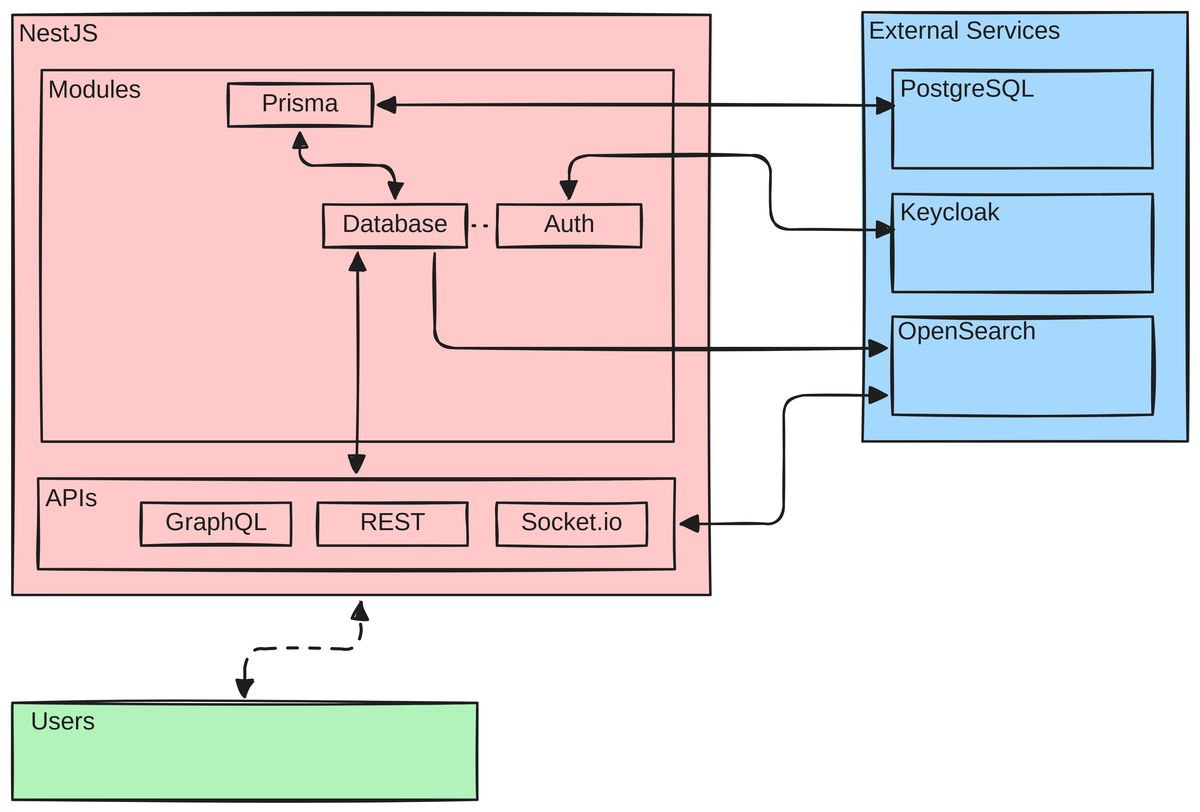
Above: docs/common/project.excalidraw.svg in oktomusic/oktomusic (Excalidraw), before the change. Source tidied: one line per element, renumbered; positions are measured from the earlier drawing's top-left corner, leaving out a move shared by most shapes.
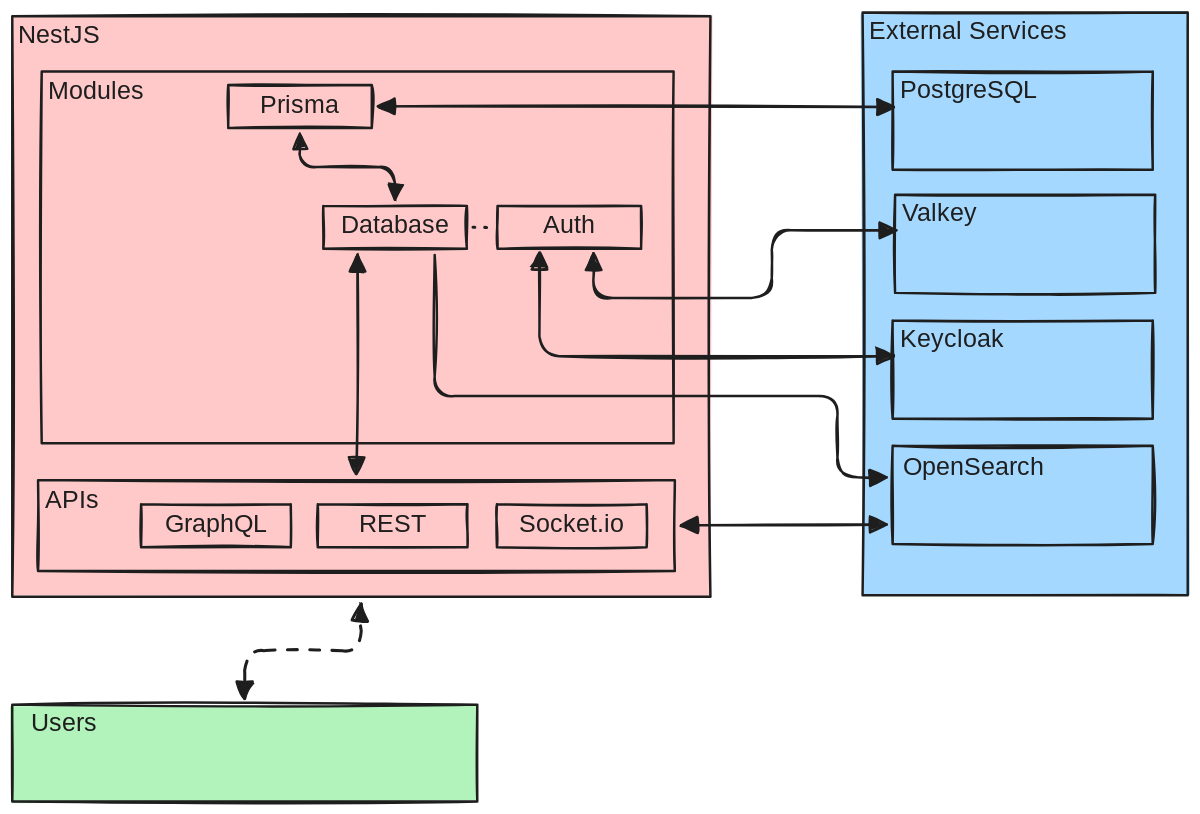
After the change.

Commit message:
chore: include Valkey in Excalidraw schema

Change to the diagram source:
```diff
@@ -1,11 +1,11 @@
 {"id": 0, "type": "rectangle", "strokeColor": "#1e1e1e", "backgroundColor": "#ffc9c9", "fillStyle": "solid", "strokeWidth": 2, "roughness": 1, "x": 0, "y": 2, "width": 569, "height": 473}
 {"id": 1, "type": "text", "text": "NestJS", "strokeColor": "#1e1e1e", "strokeWidth": 2, "roughness": 1, "fontSize": 20, "fontFamily": 8, "x": 5, "y": 6, "width": 66, "height": 25}
-{"id": 2, "type": "rectangle", "strokeColor": "#1e1e1e", "backgroundColor": "#a5d8ff", "fillStyle": "solid", "strokeWidth": 2, "roughness": 1, "x": 693, "y": 0, "width": 265, "height": 350}
+{"id": 2, "type": "rectangle", "strokeColor": "#1e1e1e", "backgroundColor": "#a5d8ff", "fillStyle": "solid", "strokeWidth": 2, "roughness": 1, "x": 693, "y": -1, "width": 265, "height": 475}
-{"id": 3, "type": "text", "text": "External Services", "strokeColor": "#1e1e1e", "backgroundColor": "#a5d8ff", "fillStyle": "solid", "strokeWidth": 2, "roughness": 1, "fontSize": 20, "fontFamily": 8, "x": 698, "y": 4, "width": 187, "height": 25}
+{"id": 3, "type": "text", "text": "External Services", "strokeColor": "#1e1e1e", "backgroundColor": "#a5d8ff", "fillStyle": "solid", "strokeWidth": 2, "roughness": 1, "fontSize": 20, "fontFamily": 8, "x": 698, "y": 3, "width": 187, "height": 25}
 {"id": 4, "type": "rectangle", "strokeColor": "#1e1e1e", "strokeWidth": 2, "roughness": 1, "x": 718, "y": 47, "width": 212, "height": 80}
 {"id": 5, "type": "text", "text": "PostgreSQL", "strokeColor": "#1e1e1e", "strokeWidth": 2, "roughness": 1, "fontSize": 20, "fontFamily": 8, "x": 724, "y": 51, "width": 110, "height": 25}
-{"id": 6, "type": "rectangle", "strokeColor": "#1e1e1e", "strokeWidth": 2, "roughness": 1, "x": 718, "y": 248, "width": 212, "height": 80}
+{"id": 6, "type": "rectangle", "strokeColor": "#1e1e1e", "strokeWidth": 2, "roughness": 1, "x": 718, "y": 352, "width": 212, "height": 80}
-{"id": 7, "type": "text", "text": "OpenSearch", "strokeColor": "#1e1e1e", "strokeWidth": 2, "roughness": 1, "fontSize": 20, "fontFamily": 8, "x": 722, "y": 249, "width": 110, "height": 25}
+{"id": 7, "type": "text", "text": "OpenSearch", "strokeColor": "#1e1e1e", "strokeWidth": 2, "roughness": 1, "fontSize": 20, "fontFamily": 8, "x": 726, "y": 358, "width": 110, "height": 25}
 {"id": 8, "type": "rectangle", "strokeColor": "#1e1e1e", "backgroundColor": "#b2f2bb", "fillStyle": "solid", "strokeWidth": 2, "roughness": 1, "x": 0, "y": 563, "width": 379, "height": 79}
 {"id": 9, "type": "text", "text": "Users", "strokeColor": "#1e1e1e", "backgroundColor": "#b2f2bb", "fillStyle": "solid", "strokeWidth": 2, "roughness": 1, "fontSize": 20, "fontFamily": 8, "x": 15, "y": 567, "width": 124, "height": 25}
 {"id": 10, "type": "rectangle", "strokeColor": "#1e1e1e", "strokeWidth": 2, "roughness": 1, "x": 21, "y": 380, "width": 519, "height": 74}
@@ -16,8 +16,8 @@
 {"id": 15, "type": "text", "text": "REST", "strokeColor": "#1e1e1e", "strokeWidth": 2, "roughness": 1, "fontSize": 20, "fontFamily": 8, "textAlign": "center", "verticalAlign": "middle", "inside": 14, "x": 288, "y": 405, "width": 44, "height": 25}
 {"id": 16, "type": "rectangle", "strokeColor": "#1e1e1e", "strokeWidth": 2, "roughness": 1, "x": 395, "y": 400, "width": 122, "height": 35}
 {"id": 17, "type": "text", "text": "Socket.io", "strokeColor": "#1e1e1e", "strokeWidth": 2, "roughness": 1, "fontSize": 20, "fontFamily": 8, "textAlign": "center", "verticalAlign": "middle", "inside": 16, "x": 407, "y": 405, "width": 99, "height": 25}
-{"id": 18, "type": "rectangle", "strokeColor": "#1e1e1e", "strokeWidth": 2, "roughness": 1, "x": 718, "y": 148, "width": 212, "height": 80}
+{"id": 18, "type": "rectangle", "strokeColor": "#1e1e1e", "strokeWidth": 2, "roughness": 1, "x": 718, "y": 250, "width": 212, "height": 80}
-{"id": 19, "type": "text", "text": "Keycloak", "strokeColor": "#1e1e1e", "strokeWidth": 2, "roughness": 1, "fontSize": 20, "fontFamily": 8, "x": 724, "y": 152, "width": 88, "height": 25}
+{"id": 19, "type": "text", "text": "Keycloak", "strokeColor": "#1e1e1e", "strokeWidth": 2, "roughness": 1, "fontSize": 20, "fontFamily": 8, "x": 724, "y": 254, "width": 88, "height": 25}
 {"id": 20, "type": "arrow", "strokeColor": "#1e1e1e", "strokeWidth": 2, "roughness": 1, "startArrowhead": "triangle", "endArrowhead": "triangle", "from": 5, "to": 24, "x": 718, "y": 76, "width": 421, "height": 1, "points": [[0, 0], [-421, -1]]}
 {"id": 21, "type": "rectangle", "strokeColor": "#1e1e1e", "strokeWidth": 2, "roughness": 1, "x": 396, "y": 157, "width": 117, "height": 35}
 {"id": 22, "type": "text", "text": "Auth", "strokeColor": "#1e1e1e", "strokeWidth": 2, "roughness": 1, "fontSize": 20, "fontFamily": 8, "textAlign": "center", "verticalAlign": "middle", "inside": 21, "x": 432, "y": 162, "width": 44, "height": 25}
@@ -30,7 +30,10 @@
 {"id": 29, "type": "arrow", "strokeColor": "#1e1e1e", "backgroundColor": "#ffc9c9", "fillStyle": "solid", "strokeWidth": 2, "roughness": 1, "startArrowhead": "triangle", "endArrowhead": "triangle", "from": 24, "to": 27, "x": 234, "y": 98, "width": 78, "height": 54, "points": [[0, 0], [0, 27], [78, 27], [78, 54]]}
 {"id": 30, "type": "arrow", "strokeColor": "#1e1e1e", "backgroundColor": "#ffc9c9", "fillStyle": "solid", "strokeWidth": 2, "roughness": 1, "startArrowhead": "triangle", "endArrowhead": "triangle", "from": 27, "to": 10, "x": 281, "y": 197, "width": 1, "height": 179, "points": [[0, 0], [-1, 179]]}
 {"id": 31, "type": "arrow", "strokeColor": "#1e1e1e", "backgroundColor": "#ffc9c9", "fillStyle": "solid", "strokeWidth": 2, "strokeStyle": "dashed", "roughness": 1, "startArrowhead": "triangle", "endArrowhead": "triangle", "from": 0, "to": 8, "x": 284, "y": 481, "width": 95, "height": 77, "points": [[0, 0], [0, 38], [-95, 38], [-95, 77]]}
-{"id": 32, "type": "arrow", "strokeColor": "#1e1e1e", "backgroundColor": "#ffc9c9", "fillStyle": "solid", "strokeWidth": 2, "roughness": 1, "startArrowhead": "triangle", "endArrowhead": "triangle", "from": 19, "to": 21, "x": 718, "y": 177, "width": 265, "height": 60, "points": [[0, 0], [-100, 0], [-100, -60], [-265, -60], [-265, -26]]}
 {"id": 33, "type": "arrow", "strokeColor": "#1e1e1e", "backgroundColor": "#ffc9c9", "fillStyle": "solid", "strokeWidth": 2, "strokeStyle": "dotted", "roughness": 1, "from": 27, "to": 21, "x": 375, "y": 174, "width": 15, "height": 0, "points": [[0, 0], [15, 0]]}
-{"id": 34, "type": "arrow", "strokeColor": "#1e1e1e", "backgroundColor": "#ffc9c9", "fillStyle": "solid", "strokeWidth": 2, "roughness": 1, "startArrowhead": "triangle", "endArrowhead": "triangle", "from": 6, "to": 10, "x": 713, "y": 312, "width": 168, "height": 105, "points": [[0, 0], [-84, 0], [-84, 105], [-168, 105]]}
+{"id": 34, "type": "arrow", "strokeColor": "#1e1e1e", "backgroundColor": "#ffc9c9", "fillStyle": "solid", "strokeWidth": 2, "roughness": 1, "startArrowhead": "triangle", "endArrowhead": "triangle", "from": 6, "to": 10, "x": 713, "y": 416, "width": 168, "height": 1, "points": [[0, 0], [-168, 1]]}
-{"id": 35, "type": "arrow", "strokeColor": "#1e1e1e", "backgroundColor": "#ffc9c9", "fillStyle": "solid", "strokeWidth": 2, "roughness": 1, "startArrowhead": "triangle", "from": 6, "to": 27, "x": 713, "y": 274, "width": 368, "height": 77, "points": [[0, 0], [-368, 0], [-368, -77]]}
+{"id": 35, "type": "arrow", "strokeColor": "#1e1e1e", "backgroundColor": "#ffc9c9", "fillStyle": "solid", "strokeWidth": 2, "roughness": 1, "startArrowhead": "triangle", "from": 6, "to": 27, "x": 713, "y": 378, "width": 368, "height": 181, "points": [[0, 0], [-40, 0], [-40, -66], [-368, -66], [-368, -181]]}
+{"id": 36, "type": "rectangle", "strokeColor": "#1e1e1e", "strokeWidth": 2, "roughness": 1, "x": 720, "y": 148, "width": 212, "height": 80}
+{"id": 37, "type": "text", "text": "Valkey", "strokeColor": "#1e1e1e", "strokeWidth": 2, "roughness": 1, "fontSize": 20, "fontFamily": 8, "x": 726, "y": 152, "width": 66, "height": 25}
+{"id": 38, "type": "arrow", "strokeColor": "#1e1e1e", "strokeWidth": 2, "roughness": 1, "startArrowhead": "triangle", "endArrowhead": "triangle", "from": 21, "to": 19, "x": 430, "y": 195, "width": 289, "height": 84, "points": [[0, 0], [0, 84], [289, 84]]}
+{"id": 39, "type": "arrow", "strokeColor": "#1e1e1e", "strokeWidth": 2, "roughness": 1, "startArrowhead": "triangle", "endArrowhead": "triangle", "from": 37, "to": 21, "x": 720, "y": 177, "width": 247, "height": 55, "points": [[0, 0], [-102, 0], [-102, 55], [-247, 55], [-247, 19]]}
```
